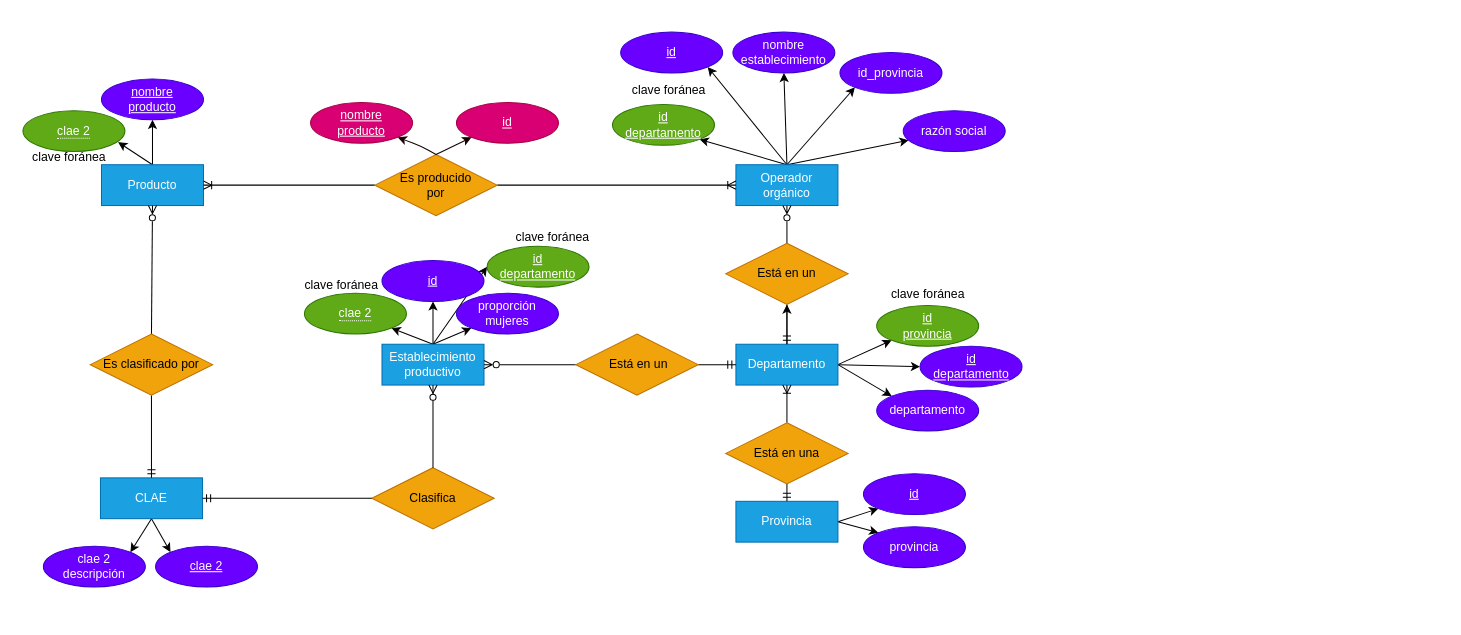
Before: DER.drawio in MarioSigal/TPs-Laboratorio_de_Datos, a draw.io diagram. Source tidied: cells renumbered, new cells numbered last; positions are measured from the earlier drawing's top-left corner, leaving out a move shared by most shapes. Both pictures are drawn from the tidied source at 102%, with x=0, y=0 at pixel (17, 32).
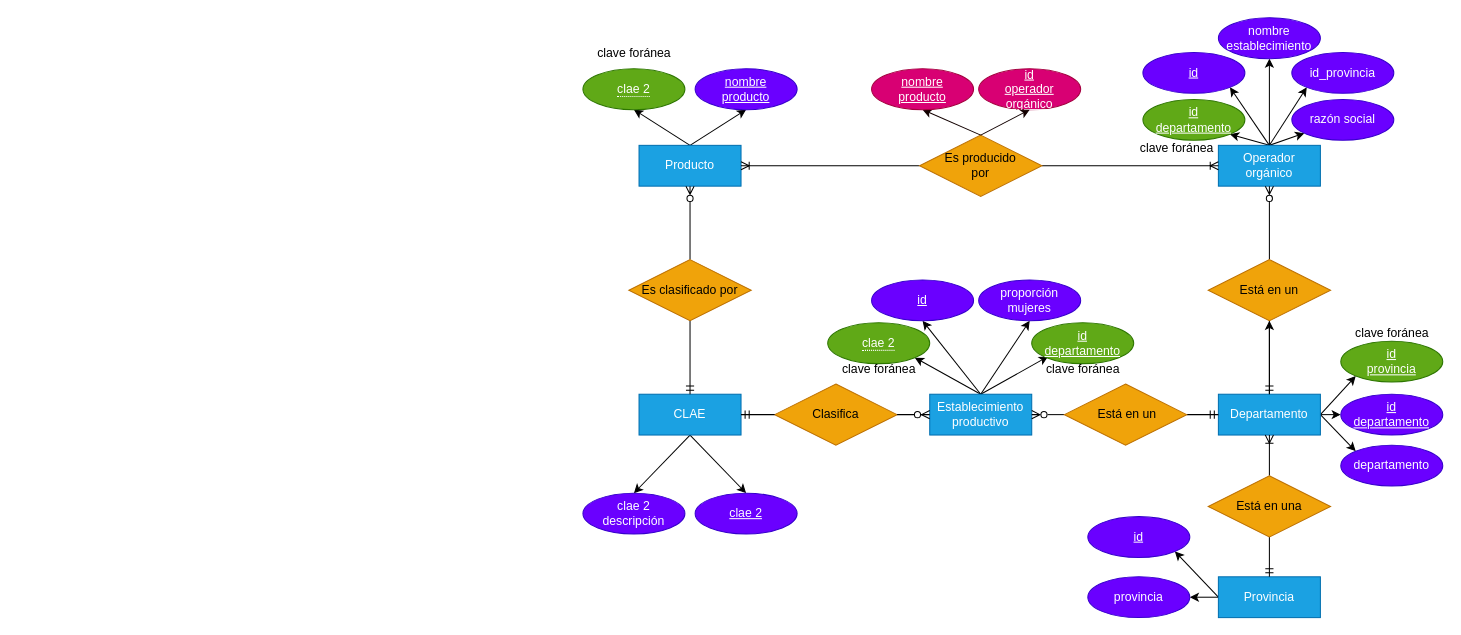
The same page after the edit.

Change to the diagram source:
```diff
@@
-    <mxCell id="3" style="edgeStyle=none;html=1;exitX=0.5;exitY=0;exitDx=0;exitDy=0;entryX=1;entryY=1;entryDx=0;entryDy=0;strokeColor=#000000;" parent="1" edge="1" source="7" target="69">
+    <mxCell id="3" style="edgeStyle=none;html=1;exitX=0.5;exitY=0;exitDx=0;exitDy=0;strokeColor=#000000;entryX=1;entryY=1;entryDx=0;entryDy=0;" parent="1" edge="1" source="7" target="69">
       <mxGeometry relative="1" as="geometry" />
     </mxCell>
@@
+    <mxCell id="6" style="edgeStyle=none;html=1;exitX=0.5;exitY=0;exitDx=0;exitDy=0;strokeColor=#000000;" parent="1" edge="1" source="7" target="68">
+      <mxGeometry relative="1" as="geometry" />
+    </mxCell>
@@
-    <mxCell id="6" style="edgeStyle=none;html=1;exitX=0.5;exitY=0;exitDx=0;exitDy=0;strokeColor=#000000;" parent="1" edge="1" source="7" target="68">
-      <mxGeometry relative="1" as="geometry" />
-    </mxCell>
     <mxCell id="7" value="Operador&lt;br&gt;orgánico" style="whiteSpace=wrap;html=1;align=center;fillColor=#1ba1e2;fontColor=#ffffff;strokeColor=#006EAF;" parent="1" vertex="1">
-      <mxGeometry x="704" y="130" width="100" height="40" as="geometry" />
+      <mxGeometry x="1177" y="111" width="100" height="40" as="geometry" />
     </mxCell>
@@
-    <mxCell id="9" style="edgeStyle=none;html=1;exitX=0.5;exitY=0;exitDx=0;exitDy=0;strokeColor=#000000;entryX=0.993;entryY=0.056;entryDx=0;entryDy=0;entryPerimeter=0;" parent="1" edge="1" source="10" target="61">
-      <mxGeometry relative="1" as="geometry" />
-    </mxCell>
+    <mxCell id="72" style="edgeStyle=none;html=1;exitX=0.5;exitY=0;exitDx=0;exitDy=0;entryX=0.5;entryY=1;entryDx=0;entryDy=0;strokeColor=#000000;" parent="1" edge="1" source="10" target="60">
+      <mxGeometry relative="1" as="geometry" />
+    </mxCell>
     <mxCell id="10" value="Producto" style="whiteSpace=wrap;html=1;align=center;fillColor=#1ba1e2;fontColor=#ffffff;strokeColor=#006EAF;" parent="1" vertex="1">
-      <mxGeometry x="82" y="130" width="100" height="40" as="geometry" />
+      <mxGeometry x="609" y="111" width="100" height="40" as="geometry" />
     </mxCell>
@@
     <mxCell id="13" value="Es producido&lt;br&gt;por" style="shape=rhombus;perimeter=rhombusPerimeter;whiteSpace=wrap;html=1;align=center;fillColor=#f0a30a;fontColor=#000000;strokeColor=#BD7000;" parent="1" vertex="1">
-      <mxGeometry x="350" y="120" width="120" height="60" as="geometry" />
+      <mxGeometry x="884" y="101" width="120" height="60" as="geometry" />
     </mxCell>
@@
     <mxCell id="18" value="Departamento" style="whiteSpace=wrap;html=1;align=center;fillColor=#1ba1e2;fontColor=#ffffff;strokeColor=#006EAF;" parent="1" vertex="1">
-      <mxGeometry x="704" y="306" width="100" height="40" as="geometry" />
+      <mxGeometry x="1177" y="355" width="100" height="40" as="geometry" />
     </mxCell>
@@
     <mxCell id="21" value="Está en un" style="shape=rhombus;perimeter=rhombusPerimeter;whiteSpace=wrap;html=1;align=center;fillColor=#f0a30a;fontColor=#000000;strokeColor=#BD7000;" parent="1" vertex="1">
-      <mxGeometry x="694" y="207" width="120" height="60" as="geometry" />
+      <mxGeometry x="1167" y="223" width="120" height="60" as="geometry" />
     </mxCell>
-    <mxCell id="22" style="edgeStyle=none;html=1;exitX=1;exitY=0.5;exitDx=0;exitDy=0;strokeColor=#000000;entryX=0;entryY=1;entryDx=0;entryDy=0;" parent="1" edge="1" source="24" target="42">
+    <mxCell id="22" style="edgeStyle=none;html=1;exitX=0;exitY=0.5;exitDx=0;exitDy=0;strokeColor=#000000;entryX=1;entryY=1;entryDx=0;entryDy=0;" parent="1" edge="1" source="24" target="42">
       <mxGeometry relative="1" as="geometry" />
     </mxCell>
-    <mxCell id="23" style="edgeStyle=none;html=1;exitX=1;exitY=0.5;exitDx=0;exitDy=0;entryX=0;entryY=0;entryDx=0;entryDy=0;strokeColor=#000000;" parent="1" edge="1" source="24" target="43">
+    <mxCell id="23" style="edgeStyle=none;html=1;exitX=0;exitY=0.5;exitDx=0;exitDy=0;entryX=1;entryY=0.5;entryDx=0;entryDy=0;strokeColor=#000000;" parent="1" edge="1" source="24" target="43">
       <mxGeometry relative="1" as="geometry" />
     </mxCell>
     <mxCell id="24" value="Provincia" style="whiteSpace=wrap;html=1;align=center;fillColor=#1ba1e2;fontColor=#ffffff;strokeColor=#006EAF;" parent="1" vertex="1">
-      <mxGeometry x="704" y="460" width="100" height="40" as="geometry" />
+      <mxGeometry x="1177" y="534" width="100" height="40" as="geometry" />
     </mxCell>
@@
     <mxCell id="27" value="Está en una" style="shape=rhombus;perimeter=rhombusPerimeter;whiteSpace=wrap;html=1;align=center;fillColor=#f0a30a;fontColor=#000000;strokeColor=#BD7000;" parent="1" vertex="1">
-      <mxGeometry x="694" y="383" width="120" height="60" as="geometry" />
+      <mxGeometry x="1167" y="435" width="120" height="60" as="geometry" />
     </mxCell>
@@
-    <mxCell id="29" style="edgeStyle=none;html=1;exitX=0.5;exitY=0;exitDx=0;exitDy=0;entryX=0;entryY=1;entryDx=0;entryDy=0;strokeColor=#000000;" parent="1" edge="1" source="32" target="46">
+    <mxCell id="29" style="edgeStyle=none;html=1;exitX=0.5;exitY=0;exitDx=0;exitDy=0;entryX=0.5;entryY=1;entryDx=0;entryDy=0;strokeColor=#000000;" parent="1" edge="1" source="32" target="46">
       <mxGeometry relative="1" as="geometry" />
     </mxCell>
@@
-    <mxCell id="31" style="edgeStyle=none;html=1;exitX=0.5;exitY=0;exitDx=0;exitDy=0;entryX=0;entryY=0.5;entryDx=0;entryDy=0;strokeColor=#000000;" parent="1" edge="1" source="32" target="70">
+    <mxCell id="31" style="edgeStyle=none;html=1;exitX=0.5;exitY=0;exitDx=0;exitDy=0;entryX=0.157;entryY=0.121;entryDx=0;entryDy=0;strokeColor=#000000;entryPerimeter=0;" parent="1" edge="1" source="32" target="71">
       <mxGeometry relative="1" as="geometry" />
     </mxCell>
     <mxCell id="32" value="Establecimiento&lt;br&gt;productivo" style="whiteSpace=wrap;html=1;align=center;fillColor=#1ba1e2;fontColor=#ffffff;strokeColor=#006EAF;" parent="1" vertex="1">
-      <mxGeometry x="357" y="306" width="100" height="40" as="geometry" />
+      <mxGeometry x="894" y="355" width="100" height="40" as="geometry" />
     </mxCell>
@@
     <mxCell id="35" value="&amp;nbsp;Está en un" style="shape=rhombus;perimeter=rhombusPerimeter;whiteSpace=wrap;html=1;align=center;fillColor=#f0a30a;fontColor=#000000;strokeColor=#BD7000;" parent="1" vertex="1">
-      <mxGeometry x="547" y="296" width="120" height="60" as="geometry" />
+      <mxGeometry x="1026" y="345" width="120" height="60" as="geometry" />
     </mxCell>
-    <mxCell id="36" style="edgeStyle=none;html=1;exitX=0.5;exitY=1;exitDx=0;exitDy=0;entryX=0;entryY=0;entryDx=0;entryDy=0;strokeColor=#000000;" parent="1" edge="1" source="38" target="55">
+    <mxCell id="36" style="edgeStyle=none;html=1;exitX=0.5;exitY=1;exitDx=0;exitDy=0;entryX=0.5;entryY=0;entryDx=0;entryDy=0;strokeColor=#000000;" parent="1" edge="1" source="38" target="55">
       <mxGeometry relative="1" as="geometry" />
     </mxCell>
-    <mxCell id="37" style="edgeStyle=none;html=1;exitX=0.5;exitY=1;exitDx=0;exitDy=0;entryX=1;entryY=0;entryDx=0;entryDy=0;strokeColor=#000000;" parent="1" edge="1" source="38" target="59">
+    <mxCell id="37" style="edgeStyle=none;html=1;exitX=0.5;exitY=1;exitDx=0;exitDy=0;entryX=0.5;entryY=0;entryDx=0;entryDy=0;strokeColor=#000000;" parent="1" edge="1" source="38" target="59">
       <mxGeometry relative="1" as="geometry" />
     </mxCell>
     <mxCell id="38" value="CLAE" style="whiteSpace=wrap;html=1;align=center;fillColor=#1ba1e2;fontColor=#ffffff;strokeColor=#006EAF;" parent="1" vertex="1">
-      <mxGeometry x="81" y="437" width="100" height="40" as="geometry" />
+      <mxGeometry x="609" y="355" width="100" height="40" as="geometry" />
     </mxCell>
     <mxCell id="39" value="Clasifica" style="shape=rhombus;perimeter=rhombusPerimeter;whiteSpace=wrap;html=1;align=center;fillColor=#f0a30a;fontColor=#000000;strokeColor=#BD7000;" parent="1" vertex="1">
-      <mxGeometry x="347" y="427" width="120" height="60" as="geometry" />
+      <mxGeometry x="742" y="345" width="120" height="60" as="geometry" />
     </mxCell>
     <mxCell id="40" value="id" style="ellipse;whiteSpace=wrap;html=1;align=center;fontStyle=4;fillColor=#6a00ff;fontColor=#ffffff;strokeColor=#3700CC;" parent="1" vertex="1">
-      <mxGeometry x="357" y="224" width="100" height="40" as="geometry" />
+      <mxGeometry x="837" y="243" width="100" height="40" as="geometry" />
     </mxCell>
     <mxCell id="41" value="id &lt;br&gt;departamento" style="ellipse;whiteSpace=wrap;html=1;align=center;fontStyle=4;fillColor=#6a00ff;fontColor=#ffffff;strokeColor=#3700CC;" parent="1" vertex="1">
-      <mxGeometry x="884.5" y="308" width="100" height="40" as="geometry" />
+      <mxGeometry x="1297" y="355" width="100" height="40" as="geometry" />
     </mxCell>
     <mxCell id="42" value="id" style="ellipse;whiteSpace=wrap;html=1;align=center;fontStyle=4;fillColor=#6a00ff;fontColor=#ffffff;strokeColor=#3700CC;" parent="1" vertex="1">
-      <mxGeometry x="829" y="433" width="100" height="40" as="geometry" />
+      <mxGeometry x="1049" y="475" width="100" height="40" as="geometry" />
     </mxCell>
     <mxCell id="43" value="provincia" style="ellipse;whiteSpace=wrap;html=1;align=center;fillColor=#6a00ff;fontColor=#ffffff;strokeColor=#3700CC;" parent="1" vertex="1">
-      <mxGeometry x="829" y="485" width="100" height="40" as="geometry" />
+      <mxGeometry x="1049" y="534" width="100" height="40" as="geometry" />
     </mxCell>
     <mxCell id="44" value="departamento" style="ellipse;whiteSpace=wrap;html=1;align=center;fillColor=#6a00ff;fontColor=#ffffff;strokeColor=#3700CC;" parent="1" vertex="1">
-      <mxGeometry x="842" y="351" width="100" height="40" as="geometry" />
+      <mxGeometry x="1297" y="405" width="100" height="40" as="geometry" />
     </mxCell>
     <mxCell id="45" value="nombre &lt;br&gt;producto" style="ellipse;whiteSpace=wrap;html=1;align=center;fontStyle=4;fillColor=#6a00ff;fontColor=#ffffff;strokeColor=#3700CC;" parent="1" vertex="1">
-      <mxGeometry x="82" y="46" width="100" height="40" as="geometry" />
+      <mxGeometry x="664" y="36" width="100" height="40" as="geometry" />
     </mxCell>
     <mxCell id="46" value="proporción&lt;br&gt;mujeres" style="ellipse;whiteSpace=wrap;html=1;align=center;fillColor=#6a00ff;fontColor=#ffffff;strokeColor=#3700CC;" parent="1" vertex="1">
-      <mxGeometry x="430" y="256" width="100" height="40" as="geometry" />
+      <mxGeometry x="942" y="243" width="100" height="40" as="geometry" />
     </mxCell>
     <mxCell id="47" value="&lt;span style=&quot;border-bottom: 1px dotted&quot;&gt;clae 2&lt;/span&gt;" style="ellipse;whiteSpace=wrap;html=1;align=center;fillColor=#60a917;fontColor=#ffffff;strokeColor=#2D7600;" parent="1" vertex="1">
-      <mxGeometry x="281" y="256" width="100" height="40" as="geometry" />
+      <mxGeometry x="794" y="285" width="100" height="40" as="geometry" />
     </mxCell>
     <mxCell id="48" value="&lt;font color=&quot;#000000&quot;&gt;clave foránea&lt;/font&gt;" style="text;html=1;align=center;verticalAlign=middle;strokeColor=none;fillColor=none;" parent="1" vertex="1">
-      <mxGeometry x="267" y="231" width="99" height="33" as="geometry" />
+      <mxGeometry x="794.5" y="314" width="99" height="33" as="geometry" />
     </mxCell>
-    <mxCell id="49" style="fontSize=12;html=1;endArrow=ERzeroToMany;endFill=1;strokeColor=#000000;fontColor=#000000;entryX=0.5;entryY=1;entryDx=0;entryDy=0;exitX=0.5;exitY=0;exitDx=0;exitDy=0;" parent="1" edge="1" source="39" target="32">
+    <mxCell id="49" style="fontSize=12;html=1;endArrow=ERzeroToMany;endFill=1;strokeColor=#000000;fontColor=#000000;entryX=0;entryY=0.5;entryDx=0;entryDy=0;exitX=1;exitY=0.5;exitDx=0;exitDy=0;" parent="1" edge="1" source="39" target="32">
       <mxGeometry relative="1" as="geometry" />
     </mxCell>
@@
     <mxCell id="51" value="id&lt;br&gt;departamento" style="ellipse;whiteSpace=wrap;html=1;align=center;fontStyle=4;fillColor=#60a917;fontColor=#ffffff;strokeColor=#2D7600;" parent="1" vertex="1">
-      <mxGeometry x="583" y="71" width="100" height="40" as="geometry" />
+      <mxGeometry x="1103" y="66" width="100" height="40" as="geometry" />
     </mxCell>
     <mxCell id="52" value="id&lt;br&gt;provincia" style="ellipse;whiteSpace=wrap;html=1;align=center;fontStyle=4;fillColor=#60a917;fontColor=#ffffff;strokeColor=#2D7600;" parent="1" vertex="1">
-      <mxGeometry x="842" y="268" width="100" height="40" as="geometry" />
+      <mxGeometry x="1297" y="303" width="100" height="40" as="geometry" />
     </mxCell>
     <mxCell id="53" value="&lt;font color=&quot;#000000&quot;&gt;clave foránea&lt;/font&gt;" style="text;html=1;align=center;verticalAlign=middle;strokeColor=none;fillColor=none;" parent="1" vertex="1">
-      <mxGeometry x="842" y="240" width="99" height="33" as="geometry" />
+      <mxGeometry x="1297" y="278" width="99" height="33" as="geometry" />
     </mxCell>
     <mxCell id="54" value="&lt;font color=&quot;#000000&quot;&gt;clave foránea&lt;/font&gt;" style="text;html=1;align=center;verticalAlign=middle;strokeColor=none;fillColor=none;" parent="1" vertex="1">
-      <mxGeometry x="588" y="40" width="99" height="33" as="geometry" />
+      <mxGeometry x="1086" y="97" width="99" height="33" as="geometry" />
     </mxCell>
     <mxCell id="55" value="clae 2" style="ellipse;whiteSpace=wrap;html=1;align=center;fontStyle=4;fillColor=#6a00ff;fontColor=#ffffff;strokeColor=#3700CC;" parent="1" vertex="1">
-      <mxGeometry x="135" y="504" width="100" height="40" as="geometry" />
+      <mxGeometry x="664" y="452" width="100" height="40" as="geometry" />
     </mxCell>
@@
     <mxCell id="58" value="Es clasificado por" style="shape=rhombus;perimeter=rhombusPerimeter;whiteSpace=wrap;html=1;align=center;fillColor=#f0a30a;fontColor=#000000;strokeColor=#BD7000;" parent="1" vertex="1">
-      <mxGeometry x="71" y="296" width="120" height="60" as="geometry" />
+      <mxGeometry x="599" y="223" width="120" height="60" as="geometry" />
     </mxCell>
     <mxCell id="59" value="clae 2&lt;br&gt;descripción" style="ellipse;whiteSpace=wrap;html=1;align=center;fillColor=#6a00ff;fontColor=#ffffff;strokeColor=#3700CC;" parent="1" vertex="1">
-      <mxGeometry x="25" y="504" width="100" height="40" as="geometry" />
+      <mxGeometry x="554" y="452" width="100" height="40" as="geometry" />
     </mxCell>
     <mxCell id="60" value="&lt;span style=&quot;border-bottom: 1px dotted&quot;&gt;clae 2&lt;/span&gt;" style="ellipse;whiteSpace=wrap;html=1;align=center;fillColor=#60a917;fontColor=#ffffff;strokeColor=#2D7600;" parent="1" vertex="1">
-      <mxGeometry x="5" y="77" width="100" height="40" as="geometry" />
+      <mxGeometry x="554" y="36" width="100" height="40" as="geometry" />
     </mxCell>
     <mxCell id="61" value="&lt;font color=&quot;#000000&quot;&gt;clave foránea&lt;/font&gt;" style="text;html=1;align=center;verticalAlign=middle;points=[];strokeColor=none;fillColor=none;" parent="1" vertex="1">
-      <mxGeometry y="106" width="99" height="33" as="geometry" />
+      <mxGeometry x="554.5" y="4.5" width="99" height="33" as="geometry" />
     </mxCell>
-    <mxCell id="62" style="endArrow=classic;html=1;exitX=0.5;exitY=0;exitDx=0;exitDy=0;strokeColor=#120000;entryX=1;entryY=1;entryDx=0;entryDy=0;" parent="1" edge="1" source="13" target="63">
-      <mxGeometry relative="1" as="geometry">
-        <Array as="points">
-          <mxPoint x="396" y="112" />
-        </Array>
-      </mxGeometry>
+    <mxCell id="62" style="endArrow=classic;html=1;exitX=0.5;exitY=0;exitDx=0;exitDy=0;strokeColor=#120000;entryX=0.5;entryY=1;entryDx=0;entryDy=0;" parent="1" edge="1" source="13" target="63">
+      <mxGeometry relative="1" as="geometry" />
     </mxCell>
     <mxCell id="63" value="nombre &lt;br&gt;producto" style="ellipse;whiteSpace=wrap;html=1;align=center;fontStyle=4;fillColor=#d80073;fontColor=#ffffff;strokeColor=#A50040;" parent="1" vertex="1">
-      <mxGeometry x="287" y="69" width="100" height="40" as="geometry" />
+      <mxGeometry x="837" y="36" width="100" height="40" as="geometry" />
     </mxCell>
-    <mxCell id="64" value="&lt;span style=&quot;color: rgb(255, 255, 255);&quot;&gt;id&lt;/span&gt;" style="ellipse;whiteSpace=wrap;html=1;align=center;fontStyle=4;fillColor=#d80073;fontColor=#ffffff;strokeColor=#A50040;" parent="1" vertex="1">
-      <mxGeometry x="430" y="69" width="100" height="40" as="geometry" />
+    <mxCell id="64" value="&lt;span style=&quot;color: rgb(255, 255, 255);&quot;&gt;id&lt;br&gt;operador&lt;br&gt;orgánico&lt;br&gt;&lt;/span&gt;" style="ellipse;whiteSpace=wrap;html=1;align=center;fontStyle=4;fillColor=#d80073;fontColor=#ffffff;strokeColor=#A50040;" parent="1" vertex="1">
+      <mxGeometry x="942" y="36" width="100" height="40" as="geometry" />
     </mxCell>
-    <mxCell id="65" style="endArrow=classic;html=1;strokeColor=#120000;entryX=0;entryY=1;entryDx=0;entryDy=0;exitX=0.5;exitY=0;exitDx=0;exitDy=0;" parent="1" edge="1" source="13" target="64">
+    <mxCell id="65" style="endArrow=classic;html=1;strokeColor=#120000;entryX=0.5;entryY=1;entryDx=0;entryDy=0;exitX=0.5;exitY=0;exitDx=0;exitDy=0;" parent="1" edge="1" source="13" target="64">
       <mxGeometry relative="1" as="geometry" />
     </mxCell>
     <mxCell id="66" value="id_provincia" style="ellipse;whiteSpace=wrap;html=1;align=center;fillColor=#6a00ff;fontColor=#ffffff;strokeColor=#3700CC;" parent="1" vertex="1">
-      <mxGeometry x="806" y="20" width="100" height="40" as="geometry" />
+      <mxGeometry x="1249" y="20" width="100" height="40" as="geometry" />
     </mxCell>
-    <mxCell id="67" value="&lt;span style=&quot;color: rgb(255, 255, 255);&quot;&gt;nombre&lt;/span&gt;&lt;br style=&quot;color: rgb(255, 255, 255);&quot;&gt;&lt;span style=&quot;color: rgb(255, 255, 255);&quot;&gt;establecimiento&lt;/span&gt;" style="ellipse;whiteSpace=wrap;html=1;align=center;fillColor=#6a00ff;fontColor=#ffffff;strokeColor=#3700CC;" parent="1" vertex="1">
-      <mxGeometry x="701" width="100" height="40" as="geometry" />
-    </mxCell>
     <mxCell id="68" value="razón social" style="ellipse;whiteSpace=wrap;html=1;align=center;fillColor=#6a00ff;fontColor=#ffffff;strokeColor=#3700CC;" parent="1" vertex="1">
-      <mxGeometry x="868" y="77" width="100" height="40" as="geometry" />
+      <mxGeometry x="1249" y="66" width="100" height="40" as="geometry" />
     </mxCell>
     <mxCell id="69" value="id" style="ellipse;whiteSpace=wrap;html=1;align=center;fontStyle=4;fillColor=#6a00ff;fontColor=#ffffff;strokeColor=#3700CC;" parent="1" vertex="1">
-      <mxGeometry x="591" width="100" height="40" as="geometry" />
+      <mxGeometry x="1103" y="20" width="100" height="40" as="geometry" />
     </mxCell>
     <mxCell id="70" value="id&lt;br&gt;departamento" style="ellipse;whiteSpace=wrap;html=1;align=center;fontStyle=4;fillColor=#60a917;fontColor=#ffffff;strokeColor=#2D7600;" parent="1" vertex="1">
-      <mxGeometry x="460" y="210" width="100" height="40" as="geometry" />
+      <mxGeometry x="994" y="285" width="100" height="40" as="geometry" />
     </mxCell>
     <mxCell id="71" value="&lt;font color=&quot;#000000&quot;&gt;clave foránea&lt;/font&gt;" style="text;html=1;align=center;verticalAlign=middle;points=[];strokeColor=none;fillColor=none;" parent="1" vertex="1">
-      <mxGeometry x="474" y="184" width="99" height="33" as="geometry" />
+      <mxGeometry x="994.5" y="314" width="99" height="33" as="geometry" />
     </mxCell>
+    <mxCell id="67" value="&lt;span style=&quot;color: rgb(255, 255, 255);&quot;&gt;nombre&lt;/span&gt;&lt;br style=&quot;color: rgb(255, 255, 255);&quot;&gt;&lt;span style=&quot;color: rgb(255, 255, 255);&quot;&gt;establecimiento&lt;/span&gt;" style="ellipse;whiteSpace=wrap;html=1;align=center;fillColor=#6a00ff;fontColor=#ffffff;strokeColor=#3700CC;" parent="1" vertex="1">
+      <mxGeometry x="1177" y="-14" width="100" height="40" as="geometry" />
+    </mxCell>
```
